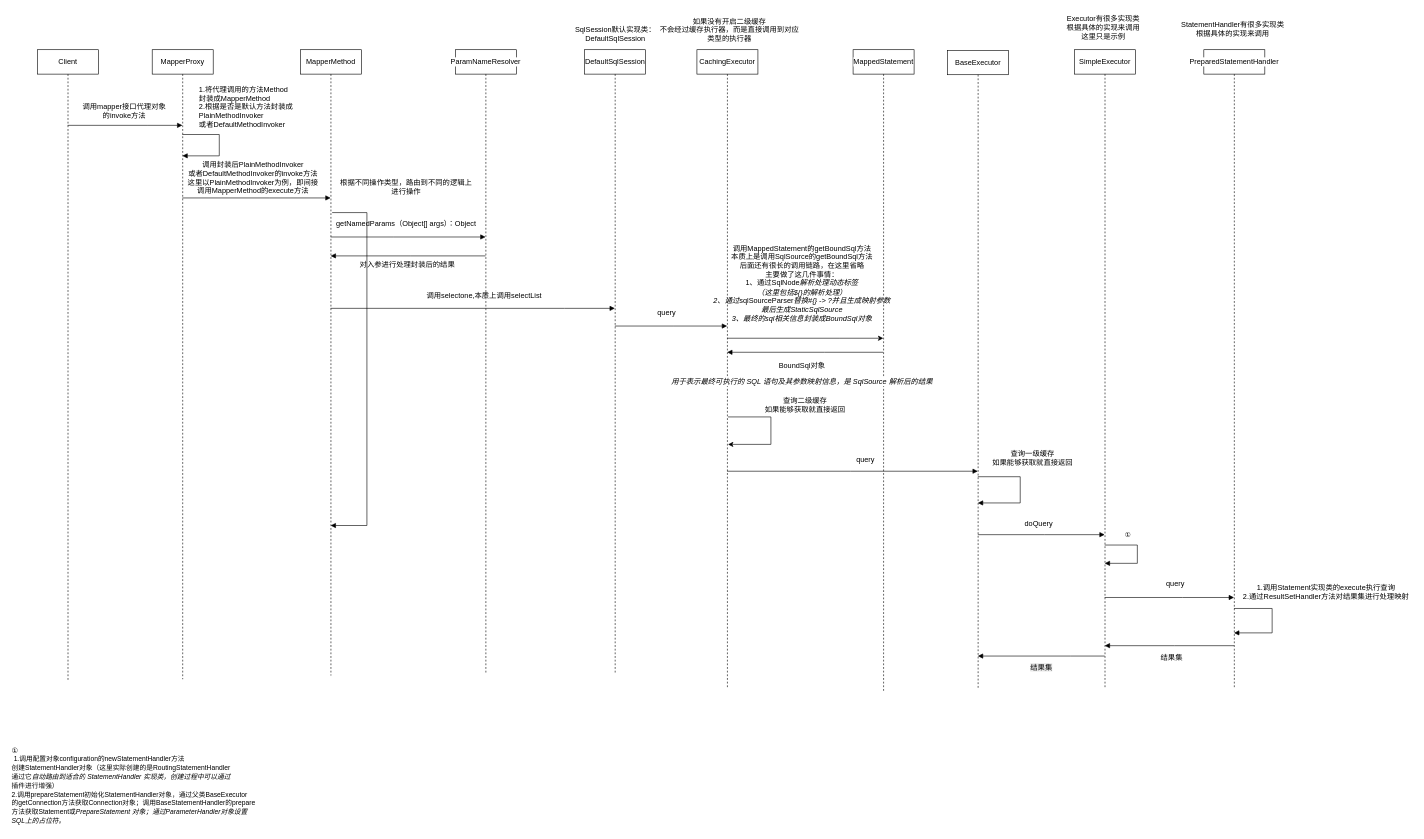
Before: 重生之还没搞完啊/Mybatis源码详解/FINAL、流程梳理/调用链路/Mapper接口的执行/Mapper接口的执行.drawio in Bananayjy/Notes, a draw.io diagram. Source tidied: cells renumbered, new cells numbered last; positions are measured from the earlier drawing's top-left corner, leaving out a move shared by most shapes. Both pictures are drawn from the tidied source at 61%, with x=0, y=0 at pixel (10, 10).
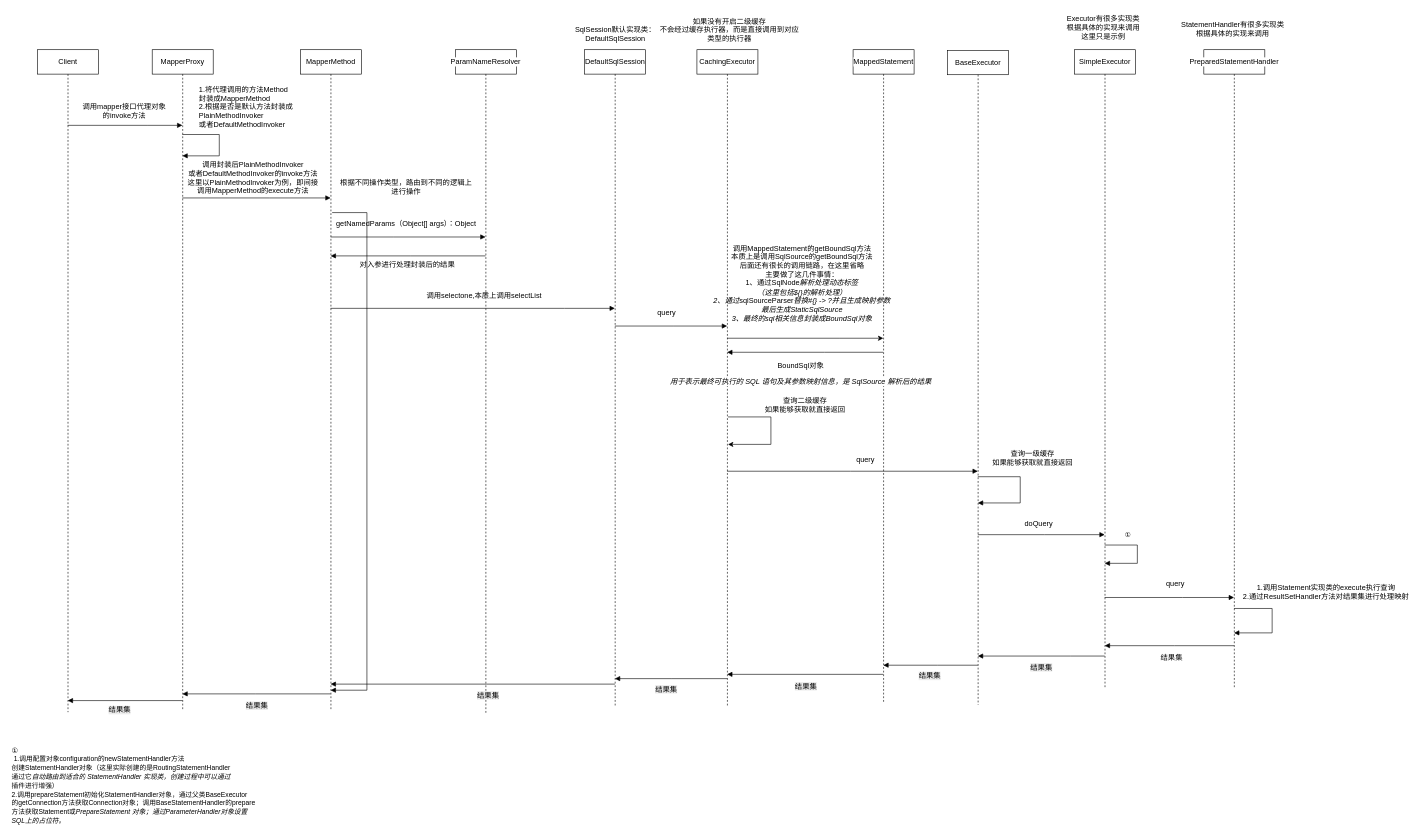
After the change.

The edit, as a diff of the source:
```diff
@@
+    <mxCell id="55" style="edgeStyle=orthogonalEdgeStyle;rounded=0;jettySize=auto;html=1;curved=0;endArrow=block;endFill=1;" parent="1" edge="1" source="3" target="8">
+      <mxGeometry relative="1" as="geometry">
+        <Array as="points">
+          <mxPoint x="212" y="1131" />
+          <mxPoint x="212" y="1131" />
+        </Array>
+      </mxGeometry>
+    </mxCell>
     <mxCell id="3" value="MapperProxy" style="shape=umlLifeline;perimeter=lifelinePerimeter;whiteSpace=wrap;html=1;outlineConnect=0;portConstraint=eastwest;newEdgeStyle={&quot;curved&quot;:0,&quot;rounded&quot;:0};" parent="1" vertex="1">
-      <mxGeometry x="232" y="64" width="100" height="1032" as="geometry" />
+      <mxGeometry x="232" y="64" width="100" height="1083" as="geometry" />
     </mxCell>
@@
+    <mxCell id="56" style="edgeStyle=orthogonalEdgeStyle;rounded=0;jettySize=auto;html=1;curved=0;endArrow=block;endFill=1;" parent="1" edge="1" source="6" target="3">
+      <mxGeometry relative="1" as="geometry">
+        <Array as="points">
+          <mxPoint x="401" y="1120" />
+          <mxPoint x="401" y="1120" />
+        </Array>
+      </mxGeometry>
+    </mxCell>
     <mxCell id="6" value="&lt;div style=&quot;background-color:#ffffff;color:#080808&quot;&gt;&lt;div&gt;&lt;span style=&quot;color:#000000;&quot;&gt;MapperMethod&lt;/span&gt;&lt;/div&gt;&lt;/div&gt;" style="shape=umlLifeline;perimeter=lifelinePerimeter;whiteSpace=wrap;html=1;outlineConnect=0;portConstraint=eastwest;newEdgeStyle={&quot;curved&quot;:0,&quot;rounded&quot;:0};fontFamily=Helvetica;fontSize=12;" parent="1" vertex="1">
-      <mxGeometry x="475" y="64" width="100" height="1026" as="geometry" />
+      <mxGeometry x="475" y="64" width="100" height="1081" as="geometry" />
     </mxCell>
@@
     <mxCell id="8" value="Client" style="shape=umlLifeline;perimeter=lifelinePerimeter;whiteSpace=wrap;html=1;outlineConnect=0;portConstraint=eastwest;newEdgeStyle={&quot;curved&quot;:0,&quot;rounded&quot;:0};" parent="1" vertex="1">
-      <mxGeometry x="44" y="64" width="100" height="1035" as="geometry" />
+      <mxGeometry x="44" y="64" width="100" height="1086" as="geometry" />
     </mxCell>
@@
     <mxCell id="14" value="&lt;div style=&quot;background-color: rgb(255, 255, 255); color: rgb(8, 8, 8);&quot;&gt;&lt;div&gt;&lt;span style=&quot;color: rgb(0, 0, 0);&quot;&gt;ParamNameResolver&lt;/span&gt;&lt;/div&gt;&lt;/div&gt;" style="shape=umlLifeline;perimeter=lifelinePerimeter;whiteSpace=wrap;html=1;outlineConnect=0;portConstraint=eastwest;newEdgeStyle={&quot;curved&quot;:0,&quot;rounded&quot;:0};fontFamily=Helvetica;fontSize=12;" parent="1" vertex="1">
-      <mxGeometry x="729" y="64" width="100" height="1021" as="geometry" />
+      <mxGeometry x="729" y="64" width="100" height="1087" as="geometry" />
     </mxCell>
     <mxCell id="15" style="edgeStyle=orthogonalEdgeStyle;rounded=0;jettySize=auto;html=1;curved=0;endArrow=block;endFill=1;" parent="1" edge="1" target="6">
       <mxGeometry relative="1" as="geometry">
         <mxPoint x="527" y="331" as="sourcePoint" />
         <Array as="points">
           <mxPoint x="584" y="331" />
-          <mxPoint x="584" y="844" />
+          <mxPoint x="584" y="1114" />
         </Array>
       </mxGeometry>
     </mxCell>
@@
+    <mxCell id="57" style="edgeStyle=orthogonalEdgeStyle;rounded=0;jettySize=auto;html=1;curved=0;endArrow=block;endFill=1;" parent="1" edge="1" source="20" target="6">
+      <mxGeometry relative="1" as="geometry">
+        <Array as="points">
+          <mxPoint x="780" y="1104" />
+          <mxPoint x="780" y="1104" />
+        </Array>
+      </mxGeometry>
+    </mxCell>
     <mxCell id="20" value="&lt;div style=&quot;color: rgb(8, 8, 8);&quot;&gt;&lt;span style=&quot;color: rgb(0, 0, 0); text-wrap-mode: nowrap;&quot;&gt;DefaultSqlSession&lt;/span&gt;&lt;/div&gt;" style="shape=umlLifeline;perimeter=lifelinePerimeter;whiteSpace=wrap;html=1;outlineConnect=0;portConstraint=eastwest;newEdgeStyle={&quot;curved&quot;:0,&quot;rounded&quot;:0};fontFamily=Helvetica;fontSize=12;" parent="1" vertex="1">
-      <mxGeometry x="941" y="64" width="100" height="1023" as="geometry" />
+      <mxGeometry x="941" y="64" width="100" height="1078" as="geometry" />
     </mxCell>
@@
+    <mxCell id="58" style="edgeStyle=orthogonalEdgeStyle;rounded=0;jettySize=auto;html=1;curved=0;endArrow=block;endFill=1;" parent="1" edge="1" source="24" target="20">
+      <mxGeometry relative="1" as="geometry">
+        <Array as="points">
+          <mxPoint x="1084" y="1095" />
+          <mxPoint x="1084" y="1095" />
+        </Array>
+      </mxGeometry>
+    </mxCell>
     <mxCell id="24" value="&lt;div style=&quot;background-color: rgb(255, 255, 255); color: rgb(8, 8, 8);&quot;&gt;&lt;div&gt;&lt;span style=&quot;color: rgb(0, 0, 0);&quot;&gt;CachingExecutor&lt;/span&gt;&lt;/div&gt;&lt;/div&gt;" style="shape=umlLifeline;perimeter=lifelinePerimeter;whiteSpace=wrap;html=1;outlineConnect=0;portConstraint=eastwest;newEdgeStyle={&quot;curved&quot;:0,&quot;rounded&quot;:0};fontFamily=Helvetica;fontSize=12;" parent="1" vertex="1">
-      <mxGeometry x="1125" y="64" width="100" height="1046" as="geometry" />
+      <mxGeometry x="1125" y="64" width="100" height="1078" as="geometry" />
     </mxCell>
@@
+    <mxCell id="59" style="edgeStyle=orthogonalEdgeStyle;rounded=0;jettySize=auto;html=1;curved=0;endArrow=block;endFill=1;" parent="1" edge="1" source="28" target="24">
+      <mxGeometry relative="1" as="geometry">
+        <Array as="points">
+          <mxPoint x="1330" y="1088" />
+          <mxPoint x="1330" y="1088" />
+        </Array>
+      </mxGeometry>
+    </mxCell>
     <mxCell id="28" value="&lt;div style=&quot;background-color: rgb(255, 255, 255); color: rgb(8, 8, 8);&quot;&gt;&lt;div&gt;&lt;span style=&quot;color: rgb(0, 0, 0);&quot;&gt;MappedStatement&lt;/span&gt;&lt;/div&gt;&lt;/div&gt;" style="shape=umlLifeline;perimeter=lifelinePerimeter;whiteSpace=wrap;html=1;outlineConnect=0;portConstraint=eastwest;newEdgeStyle={&quot;curved&quot;:0,&quot;rounded&quot;:0};fontFamily=Helvetica;fontSize=12;" parent="1" vertex="1">
-      <mxGeometry x="1381" y="64" width="100" height="1053" as="geometry" />
+      <mxGeometry x="1381" y="64" width="100" height="1072" as="geometry" />
     </mxCell>
@@
     <mxCell id="30" value="&lt;font&gt;BoundSql对象&lt;/font&gt;&lt;div&gt;&lt;div style=&quot;background-color: rgb(255, 255, 255);&quot;&gt;&lt;pre style=&quot;&quot;&gt;&lt;font face=&quot;Helvetica&quot;&gt;&lt;span style=&quot;font-style: italic;&quot;&gt;用于表示最终可执行的 &lt;/span&gt;&lt;span style=&quot;font-style: italic;&quot;&gt;SQL &lt;/span&gt;&lt;span style=&quot;font-style: italic;&quot;&gt;语句及其参数映射信息，是 &lt;/span&gt;&lt;span style=&quot;font-style: italic;&quot;&gt;SqlSource &lt;/span&gt;&lt;span style=&quot;font-style: italic;&quot;&gt;解析后的结果&lt;/span&gt;&lt;/font&gt;&lt;/pre&gt;&lt;/div&gt;&lt;/div&gt;" style="text;html=1;align=center;verticalAlign=middle;strokeColor=none;fillColor=none;" parent="1" vertex="1">
-      <mxGeometry x="1073.5" y="568" width="447" height="65" as="geometry" />
+      <mxGeometry x="1071" y="568" width="447" height="65" as="geometry" />
     </mxCell>
@@
+    <mxCell id="60" style="edgeStyle=orthogonalEdgeStyle;rounded=0;jettySize=auto;html=1;curved=0;endArrow=block;endFill=1;" parent="1" edge="1" source="33" target="28">
+      <mxGeometry relative="1" as="geometry">
+        <Array as="points">
+          <mxPoint x="1519" y="1073" />
+          <mxPoint x="1519" y="1073" />
+        </Array>
+      </mxGeometry>
+    </mxCell>
     <mxCell id="33" value="&lt;div style=&quot;background-color: rgb(255, 255, 255); color: rgb(8, 8, 8);&quot;&gt;&lt;div&gt;&lt;span style=&quot;color: rgb(0, 0, 0);&quot;&gt;BaseExecutor&lt;/span&gt;&lt;/div&gt;&lt;/div&gt;" style="shape=umlLifeline;perimeter=lifelinePerimeter;whiteSpace=wrap;html=1;outlineConnect=0;portConstraint=eastwest;newEdgeStyle={&quot;curved&quot;:0,&quot;rounded&quot;:0};fontFamily=Helvetica;fontSize=12;" parent="1" vertex="1">
-      <mxGeometry x="1536" y="65" width="100" height="1045" as="geometry" />
+      <mxGeometry x="1536" y="65" width="100" height="1073" as="geometry" />
     </mxCell>
@@
     <mxCell id="35" value="查询二级缓存&lt;div&gt;如果能够获取就直接返回&lt;/div&gt;" style="text;html=1;align=center;verticalAlign=middle;strokeColor=none;fillColor=none;" parent="1" vertex="1">
-      <mxGeometry x="1227" y="626" width="150" height="41" as="geometry" />
+      <mxGeometry x="1227" y="625" width="150" height="41" as="geometry" />
     </mxCell>
@@
+    <mxCell id="61" value="&lt;span style=&quot;color: rgb(0, 0, 0); font-family: Helvetica; font-size: 12px; font-style: normal; font-variant-ligatures: normal; font-variant-caps: normal; font-weight: 400; letter-spacing: normal; orphans: 2; text-align: center; text-indent: 0px; text-transform: none; widows: 2; word-spacing: 0px; -webkit-text-stroke-width: 0px; white-space: nowrap; background-color: rgb(236, 236, 236); text-decoration-thickness: initial; text-decoration-style: initial; text-decoration-color: initial; display: inline !important; float: none;&quot;&gt;结果集&lt;/span&gt;" style="text;whiteSpace=wrap;html=1;" parent="1" vertex="1">
+      <mxGeometry x="1487" y="1077" width="64" height="36" as="geometry" />
+    </mxCell>
+    <mxCell id="62" value="&lt;span style=&quot;color: rgb(0, 0, 0); font-family: Helvetica; font-size: 12px; font-style: normal; font-variant-ligatures: normal; font-variant-caps: normal; font-weight: 400; letter-spacing: normal; orphans: 2; text-align: center; text-indent: 0px; text-transform: none; widows: 2; word-spacing: 0px; -webkit-text-stroke-width: 0px; white-space: nowrap; background-color: rgb(236, 236, 236); text-decoration-thickness: initial; text-decoration-style: initial; text-decoration-color: initial; display: inline !important; float: none;&quot;&gt;结果集&lt;/span&gt;" style="text;whiteSpace=wrap;html=1;" parent="1" vertex="1">
+      <mxGeometry x="1284" y="1094" width="64" height="36" as="geometry" />
+    </mxCell>
+    <mxCell id="63" value="&lt;span style=&quot;color: rgb(0, 0, 0); font-family: Helvetica; font-size: 12px; font-style: normal; font-variant-ligatures: normal; font-variant-caps: normal; font-weight: 400; letter-spacing: normal; orphans: 2; text-align: center; text-indent: 0px; text-transform: none; widows: 2; word-spacing: 0px; -webkit-text-stroke-width: 0px; white-space: nowrap; background-color: rgb(236, 236, 236); text-decoration-thickness: initial; text-decoration-style: initial; text-decoration-color: initial; display: inline !important; float: none;&quot;&gt;结果集&lt;/span&gt;" style="text;whiteSpace=wrap;html=1;" parent="1" vertex="1">
+      <mxGeometry x="1055" y="1099" width="64" height="36" as="geometry" />
+    </mxCell>
+    <mxCell id="64" value="&lt;span style=&quot;color: rgb(0, 0, 0); font-family: Helvetica; font-size: 12px; font-style: normal; font-variant-ligatures: normal; font-variant-caps: normal; font-weight: 400; letter-spacing: normal; orphans: 2; text-align: center; text-indent: 0px; text-transform: none; widows: 2; word-spacing: 0px; -webkit-text-stroke-width: 0px; white-space: nowrap; background-color: rgb(236, 236, 236); text-decoration-thickness: initial; text-decoration-style: initial; text-decoration-color: initial; display: inline !important; float: none;&quot;&gt;结果集&lt;/span&gt;" style="text;whiteSpace=wrap;html=1;" parent="1" vertex="1">
+      <mxGeometry x="763" y="1109" width="64" height="36" as="geometry" />
+    </mxCell>
+    <mxCell id="65" value="&lt;span style=&quot;color: rgb(0, 0, 0); font-family: Helvetica; font-size: 12px; font-style: normal; font-variant-ligatures: normal; font-variant-caps: normal; font-weight: 400; letter-spacing: normal; orphans: 2; text-align: center; text-indent: 0px; text-transform: none; widows: 2; word-spacing: 0px; -webkit-text-stroke-width: 0px; white-space: nowrap; background-color: rgb(236, 236, 236); text-decoration-thickness: initial; text-decoration-style: initial; text-decoration-color: initial; display: inline !important; float: none;&quot;&gt;结果集&lt;/span&gt;" style="text;whiteSpace=wrap;html=1;" parent="1" vertex="1">
+      <mxGeometry x="384" y="1126" width="64" height="36" as="geometry" />
+    </mxCell>
+    <mxCell id="66" value="&lt;span style=&quot;color: rgb(0, 0, 0); font-family: Helvetica; font-size: 12px; font-style: normal; font-variant-ligatures: normal; font-variant-caps: normal; font-weight: 400; letter-spacing: normal; orphans: 2; text-align: center; text-indent: 0px; text-transform: none; widows: 2; word-spacing: 0px; -webkit-text-stroke-width: 0px; white-space: nowrap; background-color: rgb(236, 236, 236); text-decoration-thickness: initial; text-decoration-style: initial; text-decoration-color: initial; display: inline !important; float: none;&quot;&gt;结果集&lt;/span&gt;" style="text;whiteSpace=wrap;html=1;" parent="1" vertex="1">
+      <mxGeometry x="159" y="1133" width="64" height="36" as="geometry" />
+    </mxCell>
```
